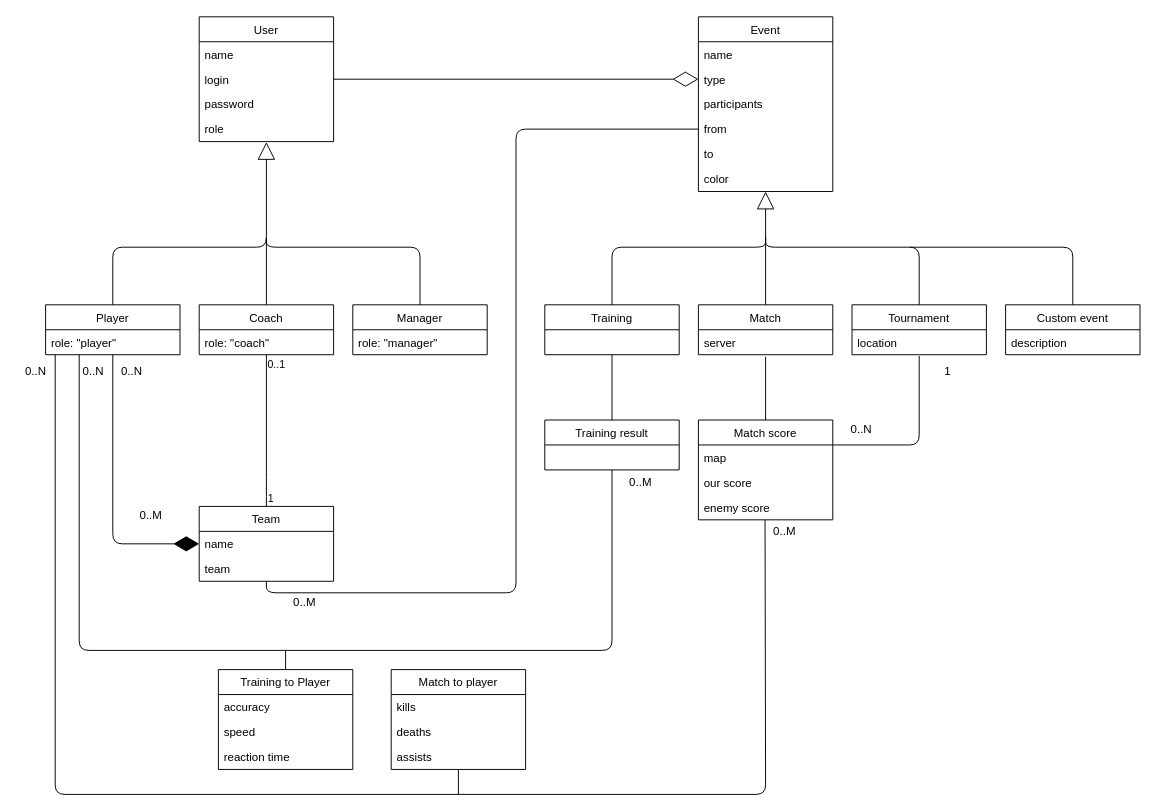
The draw.io diagram DomainModel.drawio in dminikm/EsportsIS, before the edit. Source tidied: cells renumbered, new cells numbered last; positions are measured from the earlier drawing's top-left corner, leaving out a move shared by most shapes. Both pictures are drawn from the tidied source at 96%, with x=0, y=0 at pixel (16, 16).
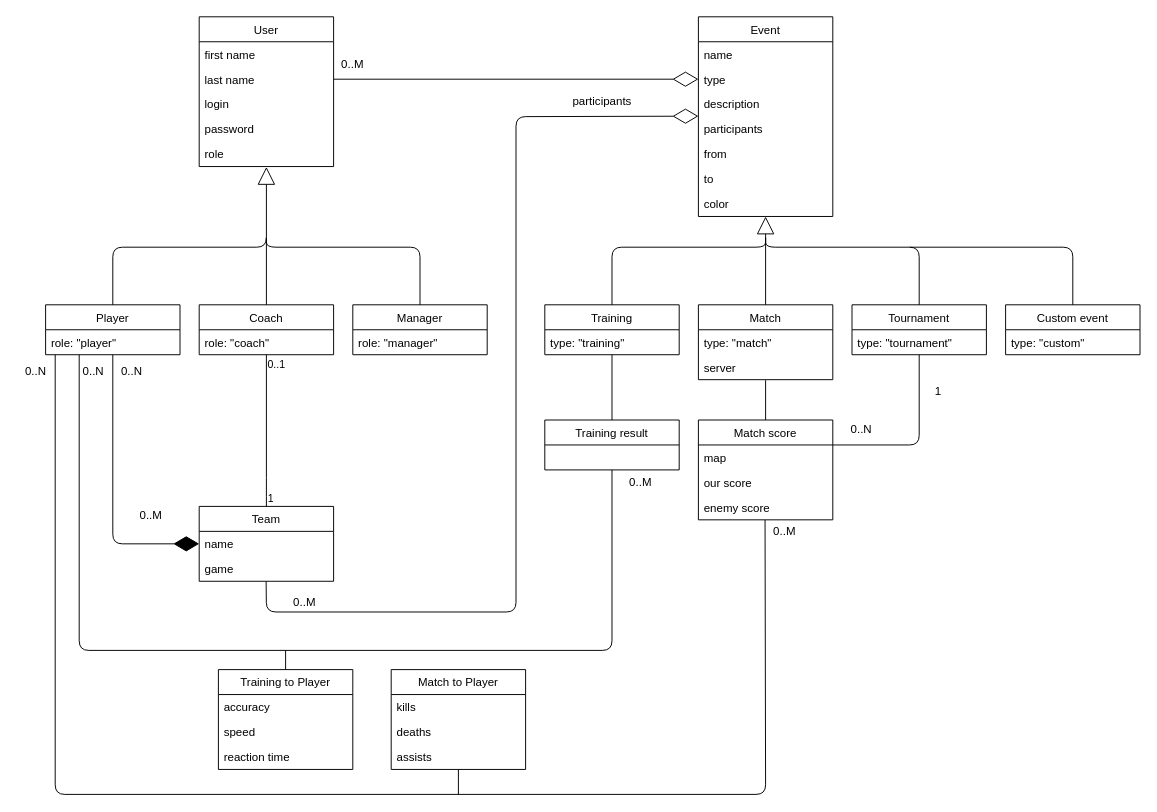
The same diagram, later.

Unchanged cells that the change refers to:
```xml
<mxCell id="35" value="Training result" style="swimlane;fontStyle=0;horizontal=1;startSize=26;fillColor=none;" parent="1" vertex="1">
  <mxGeometry x="550" y="420" width="140" height="52" as="geometry" />
</mxCell>
<mxCell id="37" value="Team" style="swimlane;fontStyle=0;horizontal=1;startSize=26;fillColor=none;" parent="1" vertex="1">
  <mxGeometry x="190" y="510" width="140" height="78" as="geometry" />
</mxCell>
<mxCell id="60" value="Custom event" style="swimlane;fontStyle=0;horizontal=1;startSize=26;fillColor=none;" parent="1" vertex="1">
  <mxGeometry x="1030" y="300" width="140" height="52" as="geometry" />
</mxCell>
```

What changed in the source:
```diff
@@
+    <mxCell id="26" value="Tournament" style="swimlane;fontStyle=0;horizontal=1;startSize=26;fillColor=none;" parent="1" vertex="1">
+      <mxGeometry x="870" y="300" width="140" height="52" as="geometry" />
+    </mxCell>
+    <mxCell id="72" value="type: &quot;tournament&quot;" style="text;strokeColor=none;fillColor=none;align=left;verticalAlign=top;spacingLeft=4;spacingRight=4;overflow=hidden;" parent="26" vertex="1">
+      <mxGeometry y="26" width="140" height="26" as="geometry" />
+    </mxCell>
@@
     <mxCell id="5" value="User" style="swimlane;fontStyle=0;horizontal=1;startSize=26;fillColor=none;" parent="1" vertex="1">
-      <mxGeometry x="190" width="140" height="130" as="geometry" />
+      <mxGeometry x="190" width="140" height="156" as="geometry" />
     </mxCell>
-    <mxCell id="6" value="name" style="text;strokeColor=none;fillColor=none;align=left;verticalAlign=top;spacingLeft=4;spacingRight=4;overflow=hidden;" parent="5" vertex="1">
+    <mxCell id="6" value="first name" style="text;strokeColor=none;fillColor=none;align=left;verticalAlign=top;spacingLeft=4;spacingRight=4;overflow=hidden;" parent="5" vertex="1">
       <mxGeometry y="26" width="140" height="26" as="geometry" />
     </mxCell>
+    <mxCell id="73" value="last name" style="text;strokeColor=none;fillColor=none;align=left;verticalAlign=top;spacingLeft=4;spacingRight=4;overflow=hidden;" parent="5" vertex="1">
+      <mxGeometry y="52" width="140" height="26" as="geometry" />
+    </mxCell>
     <mxCell id="7" value="login" style="text;strokeColor=none;fillColor=none;align=left;verticalAlign=top;spacingLeft=4;spacingRight=4;overflow=hidden;" parent="5" vertex="1">
-      <mxGeometry y="52" width="140" height="26" as="geometry" />
+      <mxGeometry y="78" width="140" height="26" as="geometry" />
     </mxCell>
     <mxCell id="8" value="password" style="text;strokeColor=none;fillColor=none;align=left;verticalAlign=top;spacingLeft=4;spacingRight=4;overflow=hidden;" parent="5" vertex="1">
-      <mxGeometry y="78" width="140" height="26" as="geometry" />
+      <mxGeometry y="104" width="140" height="26" as="geometry" />
     </mxCell>
     <mxCell id="9" value="role" style="text;strokeColor=none;fillColor=none;align=left;verticalAlign=top;spacingLeft=4;spacingRight=4;overflow=hidden;points=[[0,0.5],[1,0.5]];portConstraint=eastwest;" parent="5" vertex="1">
-      <mxGeometry y="104" width="140" height="26" as="geometry" />
+      <mxGeometry y="130" width="140" height="26" as="geometry" />
     </mxCell>
@@
     <mxCell id="16" value="Event" style="swimlane;fontStyle=0;horizontal=1;startSize=26;fillColor=none;" parent="1" vertex="1">
-      <mxGeometry x="710" width="140" height="182" as="geometry" />
+      <mxGeometry x="710" width="140" height="208" as="geometry" />
     </mxCell>
@@
+    <mxCell id="74" value="description" style="text;strokeColor=none;fillColor=none;align=left;verticalAlign=top;spacingLeft=4;spacingRight=4;overflow=hidden;" parent="16" vertex="1">
+      <mxGeometry y="78" width="140" height="26" as="geometry" />
+    </mxCell>
     <mxCell id="19" value="participants" style="text;strokeColor=none;fillColor=none;align=left;verticalAlign=top;spacingLeft=4;spacingRight=4;overflow=hidden;" parent="16" vertex="1">
-      <mxGeometry y="78" width="140" height="26" as="geometry" />
+      <mxGeometry y="104" width="140" height="26" as="geometry" />
     </mxCell>
     <mxCell id="20" value="from" style="text;strokeColor=none;fillColor=none;align=left;verticalAlign=top;spacingLeft=4;spacingRight=4;overflow=hidden;points=[[0,0.5],[1,0.5]];portConstraint=eastwest;" parent="16" vertex="1">
-      <mxGeometry y="104" width="140" height="26" as="geometry" />
+      <mxGeometry y="130" width="140" height="26" as="geometry" />
     </mxCell>
     <mxCell id="21" value="to" style="text;strokeColor=none;fillColor=none;align=left;verticalAlign=top;spacingLeft=4;spacingRight=4;overflow=hidden;" parent="16" vertex="1">
-      <mxGeometry y="130" width="140" height="26" as="geometry" />
+      <mxGeometry y="156" width="140" height="26" as="geometry" />
     </mxCell>
     <mxCell id="22" value="color" style="text;strokeColor=none;fillColor=none;align=left;verticalAlign=top;spacingLeft=4;spacingRight=4;overflow=hidden;" parent="16" vertex="1">
-      <mxGeometry y="156" width="140" height="26" as="geometry" />
+      <mxGeometry y="182" width="140" height="26" as="geometry" />
     </mxCell>
-    <mxCell id="23" value="Match" style="swimlane;fontStyle=0;horizontal=1;startSize=26;fillColor=none;" parent="1" vertex="1">
-      <mxGeometry x="710" y="300" width="140" height="52" as="geometry" />
-    </mxCell>
-    <mxCell id="24" value="server" style="text;strokeColor=none;fillColor=none;align=left;verticalAlign=top;spacingLeft=4;spacingRight=4;overflow=hidden;points=[[0,0.5],[1,0.5]];portConstraint=eastwest;" parent="23" vertex="1">
-      <mxGeometry y="26" width="140" height="26" as="geometry" />
-    </mxCell>
-    <mxCell id="25" style="endArrow=block;endSize=16;endFill=0;html=1;exitX=0.5;exitY=0;exitDx=0;exitDy=0;entryX=0.5;entryY=1;entryDx=0;entryDy=0;" parent="1" edge="1" source="23" target="16">
-      <mxGeometry relative="1" as="geometry" />
+    <mxCell id="25" style="endArrow=block;endSize=16;endFill=0;html=1;exitX=0.5;exitY=0;exitDx=0;exitDy=0;entryX=0.5;entryY=1;entryDx=0;entryDy=0;" parent="1" edge="1" target="16">
+      <mxGeometry relative="1" as="geometry">
+        <mxPoint x="780" y="300" as="sourcePoint" />
+      </mxGeometry>
     </mxCell>
-    <mxCell id="26" value="Tournament" style="swimlane;fontStyle=0;horizontal=1;startSize=26;fillColor=none;" parent="1" vertex="1">
-      <mxGeometry x="870" y="300" width="140" height="52" as="geometry" />
-    </mxCell>
-    <mxCell id="27" value="location" style="text;strokeColor=none;fillColor=none;align=left;verticalAlign=top;spacingLeft=4;spacingRight=4;overflow=hidden;points=[[0,0.5],[1,0.5]];portConstraint=eastwest;" parent="26" vertex="1">
-      <mxGeometry y="26" width="140" height="26" as="geometry" />
-    </mxCell>
-    <mxCell id="28" style="endArrow=none;html=1;exitX=0.5;exitY=0;exitDx=0;exitDy=0;" parent="1" edge="1" source="26">
+    <mxCell id="28" style="endArrow=none;html=1;exitX=0.5;exitY=0;exitDx=0;exitDy=0;" parent="1" edge="1">
       <mxGeometry relative="1" as="geometry">
+        <mxPoint x="940" y="300" as="sourcePoint" />
         <mxPoint x="780" y="230" as="targetPoint" />
         <Array as="points">
           <mxPoint x="940" y="240" />
           <mxPoint x="780" y="240" />
         </Array>
       </mxGeometry>
     </mxCell>
-    <mxCell id="29" value="Training" style="swimlane;fontStyle=0;horizontal=1;startSize=26;fillColor=none;" parent="1" vertex="1">
-      <mxGeometry x="550" y="300" width="140" height="52" as="geometry" />
-    </mxCell>
-    <mxCell id="30" style="endArrow=none;html=1;exitX=0.5;exitY=0;exitDx=0;exitDy=0;" parent="1" edge="1" source="29">
+    <mxCell id="30" style="endArrow=none;html=1;exitX=0.5;exitY=0;exitDx=0;exitDy=0;" parent="1" edge="1">
       <mxGeometry relative="1" as="geometry">
+        <mxPoint x="620" y="300" as="sourcePoint" />
         <mxPoint x="780" y="230" as="targetPoint" />
         <Array as="points">
           <mxPoint x="620" y="240" />
           <mxPoint x="780" y="240" />
         </Array>
       </mxGeometry>
     </mxCell>
@@
-    <mxCell id="32" style="endArrow=none;html=1;entryX=0;entryY=0.5;entryDx=0;entryDy=0;exitX=0.5;exitY=1.004;exitDx=0;exitDy=0;exitPerimeter=0;" parent="1" edge="1" source="39" target="20">
-      <mxGeometry relative="1" as="geometry">
-        <Array as="points">
-          <mxPoint x="260" y="600" />
-          <mxPoint x="520" y="600" />
-          <mxPoint x="520" y="117" />
-        </Array>
-      </mxGeometry>
-    </mxCell>
@@
-    <mxCell id="36" style="endArrow=none;html=1;entryX=0.5;entryY=1;entryDx=0;entryDy=0;exitX=0.5;exitY=0;exitDx=0;exitDy=0;" parent="1" edge="1" source="35" target="29">
-      <mxGeometry relative="1" as="geometry" />
+    <mxCell id="36" style="endArrow=none;html=1;entryX=0.5;entryY=1;entryDx=0;entryDy=0;exitX=0.5;exitY=0;exitDx=0;exitDy=0;" parent="1" edge="1" source="35">
+      <mxGeometry relative="1" as="geometry">
+        <mxPoint x="620" y="352" as="targetPoint" />
+      </mxGeometry>
     </mxCell>
@@
-    <mxCell id="39" value="team" style="text;strokeColor=none;fillColor=none;align=left;verticalAlign=top;spacingLeft=4;spacingRight=4;overflow=hidden;points=[[0,0.5],[1,0.5]];portConstraint=eastwest;" parent="37" vertex="1">
+    <mxCell id="39" value="game" style="text;strokeColor=none;fillColor=none;align=left;verticalAlign=top;spacingLeft=4;spacingRight=4;overflow=hidden;points=[[0,0.5],[1,0.5]];portConstraint=eastwest;" parent="37" vertex="1">
       <mxGeometry y="52" width="140" height="26" as="geometry" />
     </mxCell>
@@
-    <mxCell id="45" style="endArrow=none;html=1;entryX=0.5;entryY=1.083;entryDx=0;entryDy=0;entryPerimeter=0;exitX=0.5;exitY=0;exitDx=0;exitDy=0;" parent="1" edge="1" target="24">
+    <mxCell id="45" style="endArrow=none;html=1;exitX=0.5;exitY=0;exitDx=0;exitDy=0;entryX=0.5;entryY=1.022;entryDx=0;entryDy=0;entryPerimeter=0;" parent="1" edge="1" target="24">
       <mxGeometry relative="1" as="geometry">
         <mxPoint x="780" y="420" as="sourcePoint" />
       </mxGeometry>
     </mxCell>
-    <mxCell id="46" style="endArrow=none;html=1;entryX=1;entryY=0.5;entryDx=0;entryDy=0;exitX=0.5;exitY=1.051;exitDx=0;exitDy=0;exitPerimeter=0;" parent="1" edge="1" source="27">
+    <mxCell id="46" style="endArrow=none;html=1;entryX=1;entryY=0.5;entryDx=0;entryDy=0;exitX=0.5;exitY=1;exitDx=0;exitDy=0;" parent="1" edge="1" source="26">
       <mxGeometry relative="1" as="geometry">
         <mxPoint x="850" y="446" as="targetPoint" />
         <Array as="points">
           <mxPoint x="940" y="446" />
         </Array>
       </mxGeometry>
     </mxCell>
@@
     <mxCell id="48" value="1" style="text;html=1;strokeColor=none;fillColor=none;align=center;verticalAlign=middle;whiteSpace=wrap;rounded=0;" parent="1" vertex="1">
-      <mxGeometry x="950" y="360" width="40" height="20" as="geometry" />
+      <mxGeometry x="940" y="380" width="40" height="20" as="geometry" />
     </mxCell>
@@
-    <mxCell id="55" value="Match to player" style="swimlane;fontStyle=0;horizontal=1;startSize=26;fillColor=none;" parent="1" vertex="1">
+    <mxCell id="55" value="Match to Player" style="swimlane;fontStyle=0;horizontal=1;startSize=26;fillColor=none;" parent="1" vertex="1">
       <mxGeometry x="390" y="680" width="140" height="104" as="geometry" />
     </mxCell>
@@
-    <mxCell id="61" value="description" style="text;strokeColor=none;fillColor=none;align=left;verticalAlign=top;spacingLeft=4;spacingRight=4;overflow=hidden;" parent="60" vertex="1">
+    <mxCell id="61" value="type: &quot;custom&quot;" style="text;strokeColor=none;fillColor=none;align=left;verticalAlign=top;spacingLeft=4;spacingRight=4;overflow=hidden;" parent="60" vertex="1">
       <mxGeometry y="26" width="140" height="26" as="geometry" />
     </mxCell>
@@
+    <mxCell id="29" value="Training" style="swimlane;fontStyle=0;horizontal=1;startSize=26;fillColor=none;" parent="1" vertex="1">
+      <mxGeometry x="550" y="300" width="140" height="52" as="geometry" />
+    </mxCell>
+    <mxCell id="75" value="type: &quot;training&quot;" style="text;strokeColor=none;fillColor=none;align=left;verticalAlign=top;spacingLeft=4;spacingRight=4;overflow=hidden;" parent="29" vertex="1">
+      <mxGeometry y="26" width="140" height="26" as="geometry" />
+    </mxCell>
+    <mxCell id="23" value="Match" style="swimlane;fontStyle=0;horizontal=1;startSize=26;fillColor=none;" parent="1" vertex="1">
+      <mxGeometry x="710" y="300" width="140" height="78" as="geometry" />
+    </mxCell>
+    <mxCell id="76" value="type: &quot;match&quot;" style="text;strokeColor=none;fillColor=none;align=left;verticalAlign=top;spacingLeft=4;spacingRight=4;overflow=hidden;" parent="23" vertex="1">
+      <mxGeometry y="26" width="140" height="26" as="geometry" />
+    </mxCell>
+    <mxCell id="24" value="server" style="text;strokeColor=none;fillColor=none;align=left;verticalAlign=top;spacingLeft=4;spacingRight=4;overflow=hidden;points=[[0,0.5],[1,0.5]];portConstraint=eastwest;" parent="23" vertex="1">
+      <mxGeometry y="52" width="140" height="26" as="geometry" />
+    </mxCell>
+    <mxCell id="77" style="endArrow=diamondThin;endFill=0;endSize=24;html=1;entryX=0;entryY=0.5;entryDx=0;entryDy=0;exitX=0.498;exitY=1.001;exitDx=0;exitDy=0;exitPerimeter=0;" parent="1" edge="1" source="39">
+      <mxGeometry relative="1" as="geometry">
+        <mxPoint x="710" y="103.5" as="targetPoint" />
+        <Array as="points">
+          <mxPoint x="260" y="620" />
+          <mxPoint x="520" y="620" />
+          <mxPoint x="520" y="104" />
+        </Array>
+      </mxGeometry>
+    </mxCell>
+    <mxCell id="78" value="0..M" style="text;html=1;strokeColor=none;fillColor=none;align=center;verticalAlign=middle;whiteSpace=wrap;rounded=0;" parent="1" vertex="1">
+      <mxGeometry x="330" y="40" width="40" height="20" as="geometry" />
+    </mxCell>
+    <mxCell id="79" value="participants" style="text;html=1;strokeColor=none;fillColor=none;align=center;verticalAlign=middle;whiteSpace=wrap;rounded=0;" parent="1" vertex="1">
+      <mxGeometry x="590" y="78" width="40" height="20" as="geometry" />
+    </mxCell>
```
